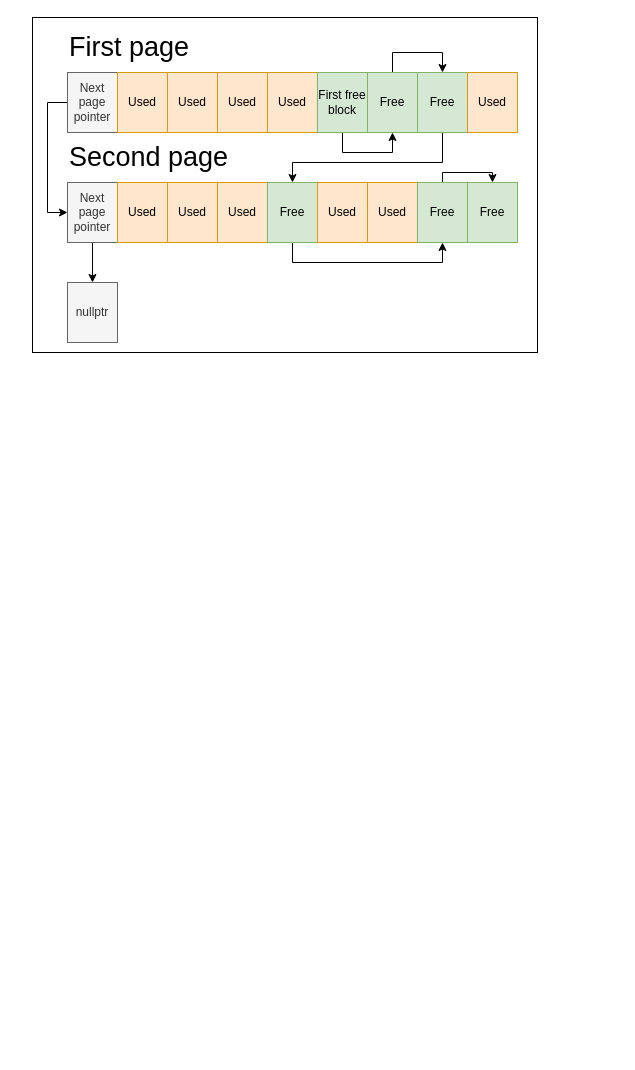
The draw.io diagram assets_source/diagrams/EmergenceMemoryManagement.drawio in KonstantinTomashevich/what-kind-of-developer-are-you.gihub.io, before the edit. Source tidied: cells renumbered, new cells numbered last; positions are measured from the earlier drawing's top-left corner, leaving out a move shared by most shapes. Both pictures are drawn from the tidied source at 100%, with x=0, y=0 at pixel (32, 17).
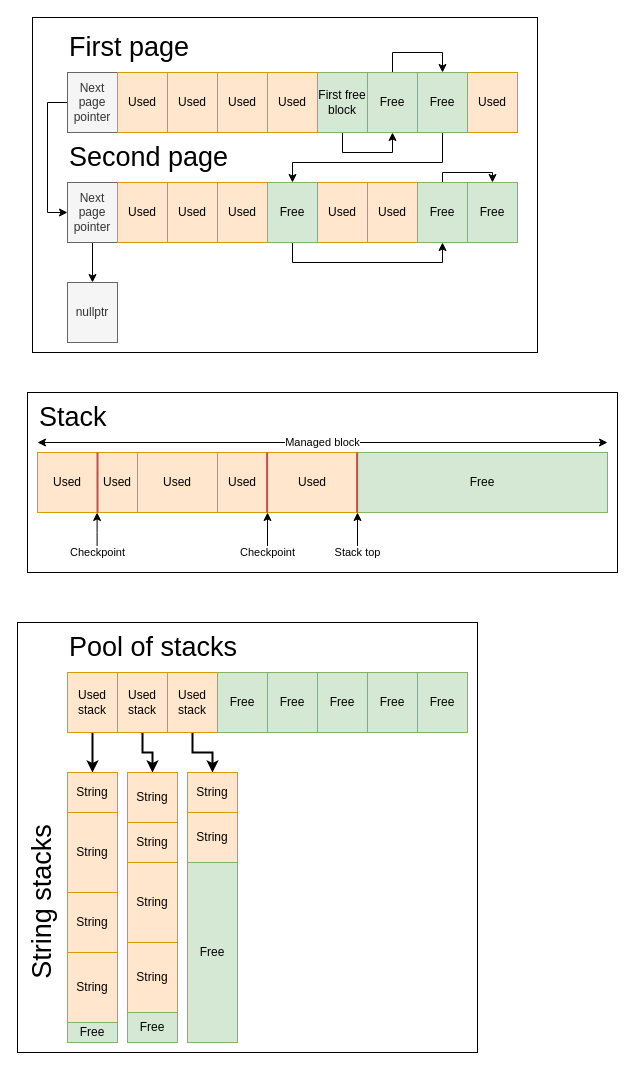
The same diagram, later.

Commit message (it also covers changes not shown here):
EmergenceMemoryManagement: Stack allocator and string interning.

The edit, as a diff of the source:
```diff
@@
+    <mxCell id="31" style="rounded=0;whiteSpace=wrap;html=1;shadow=0;glass=0;labelBackgroundColor=none;labelBorderColor=none;sketch=0;fontSize=24;" parent="1" vertex="1">
+      <mxGeometry x="-15" y="605" width="460" height="430" as="geometry" />
+    </mxCell>
+    <mxCell id="32" style="rounded=0;whiteSpace=wrap;html=1;shadow=0;glass=0;labelBackgroundColor=none;labelBorderColor=none;sketch=0;fontSize=24;" parent="1" vertex="1">
+      <mxGeometry x="-5" y="375" width="590" height="180" as="geometry" />
+    </mxCell>
@@
+    <mxCell id="33" value="Used" style="rounded=0;whiteSpace=wrap;html=1;fillColor=#ffe6cc;strokeColor=#d79b00;" parent="1" vertex="1">
+      <mxGeometry x="5" y="435" width="60" height="60" as="geometry" />
+    </mxCell>
+    <mxCell id="34" value="Stack" style="text;html=1;align=left;verticalAlign=middle;whiteSpace=wrap;rounded=0;glass=0;fontSize=27;" parent="1" vertex="1">
+      <mxGeometry x="5" y="385" width="190" height="30" as="geometry" />
+    </mxCell>
+    <mxCell id="35" value="Used" style="rounded=0;whiteSpace=wrap;html=1;fillColor=#ffe6cc;strokeColor=#d79b00;" parent="1" vertex="1">
+      <mxGeometry x="65" y="435" width="40" height="60" as="geometry" />
+    </mxCell>
+    <mxCell id="36" value="Used" style="rounded=0;whiteSpace=wrap;html=1;fillColor=#ffe6cc;strokeColor=#d79b00;" parent="1" vertex="1">
+      <mxGeometry x="105" y="435" width="80" height="60" as="geometry" />
+    </mxCell>
+    <mxCell id="37" value="Used" style="rounded=0;whiteSpace=wrap;html=1;fillColor=#ffe6cc;strokeColor=#d79b00;" parent="1" vertex="1">
+      <mxGeometry x="185" y="435" width="50" height="60" as="geometry" />
+    </mxCell>
+    <mxCell id="38" value="Used" style="rounded=0;whiteSpace=wrap;html=1;fillColor=#ffe6cc;strokeColor=#d79b00;" parent="1" vertex="1">
+      <mxGeometry x="235" y="435" width="90" height="60" as="geometry" />
+    </mxCell>
+    <mxCell id="39" value="Free" style="rounded=0;whiteSpace=wrap;html=1;fillColor=#d5e8d4;strokeColor=#82b366;" parent="1" vertex="1">
+      <mxGeometry x="325" y="435" width="250" height="60" as="geometry" />
+    </mxCell>
+    <mxCell id="40" value="Managed block" style="endArrow=classic;startArrow=classic;html=1;rounded=0;" parent="1" edge="1">
+      <mxGeometry relative="1" as="geometry">
+        <mxPoint x="5" y="425" as="sourcePoint" />
+        <mxPoint x="575" y="425" as="targetPoint" />
+      </mxGeometry>
+    </mxCell>
+    <mxCell id="41" value="Stack top" style="endArrow=classic;html=1;rounded=0;entryX=1;entryY=1;entryDx=0;entryDy=0;" parent="1" edge="1" target="38">
+      <mxGeometry x="-1" relative="1" as="geometry">
+        <mxPoint x="325" y="535" as="sourcePoint" />
+      </mxGeometry>
+    </mxCell>
+    <mxCell id="42" value="Checkpoint" style="endArrow=classic;html=1;rounded=0;entryX=1;entryY=1;entryDx=0;entryDy=0;" parent="1" edge="1">
+      <mxGeometry x="-1" relative="1" as="geometry">
+        <mxPoint x="64.6" y="535" as="sourcePoint" />
+        <mxPoint x="64.6" y="495" as="targetPoint" />
+        <Array as="points">
+          <mxPoint x="64.6" y="515" />
+        </Array>
+      </mxGeometry>
+    </mxCell>
+    <mxCell id="43" value="Checkpoint" style="endArrow=classic;html=1;rounded=0;entryX=1;entryY=1;entryDx=0;entryDy=0;" parent="1" edge="1" target="37">
+      <mxGeometry x="-1" relative="1" as="geometry">
+        <mxPoint x="235" y="535" as="sourcePoint" />
+      </mxGeometry>
+    </mxCell>
+    <mxCell id="44" style="endArrow=none;html=1;rounded=0;exitX=0;exitY=0;exitDx=0;exitDy=0;entryX=0;entryY=1;entryDx=0;entryDy=0;fillColor=#f8cecc;strokeColor=#b85450;strokeWidth=2;" parent="1" edge="1" source="35" target="35">
+      <mxGeometry relative="1" as="geometry" />
+    </mxCell>
+    <mxCell id="45" style="endArrow=none;html=1;rounded=0;exitX=0;exitY=0;exitDx=0;exitDy=0;entryX=0;entryY=1;entryDx=0;entryDy=0;fillColor=#f8cecc;strokeColor=#b85450;strokeWidth=2;" parent="1" edge="1">
+      <mxGeometry relative="1" as="geometry">
+        <mxPoint x="234.6" y="435" as="sourcePoint" />
+        <mxPoint x="234.6" y="495" as="targetPoint" />
+      </mxGeometry>
+    </mxCell>
+    <mxCell id="46" style="endArrow=none;html=1;rounded=0;exitX=0;exitY=0;exitDx=0;exitDy=0;entryX=0;entryY=1;entryDx=0;entryDy=0;fillColor=#f8cecc;strokeColor=#b85450;strokeWidth=2;" parent="1" edge="1">
+      <mxGeometry relative="1" as="geometry">
+        <mxPoint x="324.6" y="435" as="sourcePoint" />
+        <mxPoint x="324.6" y="495" as="targetPoint" />
+      </mxGeometry>
+    </mxCell>
+    <mxCell id="47" style="edgeStyle=orthogonalEdgeStyle;rounded=0;jettySize=auto;html=1;exitX=0.5;exitY=1;exitDx=0;exitDy=0;entryX=0.5;entryY=0;entryDx=0;entryDy=0;strokeWidth=2;" parent="1" edge="1" source="48" target="59">
+      <mxGeometry relative="1" as="geometry" />
+    </mxCell>
+    <mxCell id="48" value="Used stack" style="rounded=0;whiteSpace=wrap;html=1;glass=0;sketch=0;fillColor=#ffe6cc;strokeColor=#d79b00;" parent="1" vertex="1">
+      <mxGeometry x="35" y="655" width="50" height="60" as="geometry" />
+    </mxCell>
+    <mxCell id="49" style="edgeStyle=orthogonalEdgeStyle;rounded=0;jettySize=auto;html=1;exitX=0.5;exitY=1;exitDx=0;exitDy=0;entryX=0.5;entryY=0;entryDx=0;entryDy=0;strokeWidth=2;" parent="1" edge="1" source="50" target="64">
+      <mxGeometry relative="1" as="geometry" />
+    </mxCell>
+    <mxCell id="50" value="Used stack" style="rounded=0;whiteSpace=wrap;html=1;glass=0;sketch=0;fillColor=#ffe6cc;strokeColor=#d79b00;" parent="1" vertex="1">
+      <mxGeometry x="85" y="655" width="50" height="60" as="geometry" />
+    </mxCell>
+    <mxCell id="51" style="edgeStyle=orthogonalEdgeStyle;rounded=0;jettySize=auto;html=1;exitX=0.5;exitY=1;exitDx=0;exitDy=0;entryX=0.5;entryY=0;entryDx=0;entryDy=0;strokeWidth=2;" parent="1" edge="1" source="52" target="69">
+      <mxGeometry relative="1" as="geometry" />
+    </mxCell>
+    <mxCell id="52" value="Used stack" style="rounded=0;whiteSpace=wrap;html=1;glass=0;sketch=0;fillColor=#ffe6cc;strokeColor=#d79b00;" parent="1" vertex="1">
+      <mxGeometry x="135" y="655" width="50" height="60" as="geometry" />
+    </mxCell>
+    <mxCell id="53" value="Free" style="rounded=0;whiteSpace=wrap;html=1;glass=0;sketch=0;fillColor=#d5e8d4;strokeColor=#82b366;" parent="1" vertex="1">
+      <mxGeometry x="185" y="655" width="50" height="60" as="geometry" />
+    </mxCell>
+    <mxCell id="54" value="Free" style="rounded=0;whiteSpace=wrap;html=1;glass=0;sketch=0;fillColor=#d5e8d4;strokeColor=#82b366;" parent="1" vertex="1">
+      <mxGeometry x="235" y="655" width="50" height="60" as="geometry" />
+    </mxCell>
+    <mxCell id="55" value="Free" style="rounded=0;whiteSpace=wrap;html=1;glass=0;sketch=0;fillColor=#d5e8d4;strokeColor=#82b366;" parent="1" vertex="1">
+      <mxGeometry x="285" y="655" width="50" height="60" as="geometry" />
+    </mxCell>
+    <mxCell id="56" value="Free" style="rounded=0;whiteSpace=wrap;html=1;glass=0;sketch=0;fillColor=#d5e8d4;strokeColor=#82b366;" parent="1" vertex="1">
+      <mxGeometry x="335" y="655" width="50" height="60" as="geometry" />
+    </mxCell>
+    <mxCell id="57" value="Free" style="rounded=0;whiteSpace=wrap;html=1;glass=0;sketch=0;fillColor=#d5e8d4;strokeColor=#82b366;" parent="1" vertex="1">
+      <mxGeometry x="385" y="655" width="50" height="60" as="geometry" />
+    </mxCell>
+    <mxCell id="58" value="Pool of stacks" style="text;html=1;align=left;verticalAlign=middle;whiteSpace=wrap;rounded=0;glass=0;fontSize=27;" parent="1" vertex="1">
+      <mxGeometry x="35" y="615" width="190" height="30" as="geometry" />
+    </mxCell>
+    <mxCell id="59" value="String" style="rounded=0;whiteSpace=wrap;html=1;glass=0;sketch=0;fillColor=#ffe6cc;strokeColor=#d79b00;" parent="1" vertex="1">
+      <mxGeometry x="35" y="755" width="50" height="40" as="geometry" />
+    </mxCell>
+    <mxCell id="60" value="String" style="rounded=0;whiteSpace=wrap;html=1;glass=0;sketch=0;fillColor=#ffe6cc;strokeColor=#d79b00;" parent="1" vertex="1">
+      <mxGeometry x="35" y="795" width="50" height="80" as="geometry" />
+    </mxCell>
+    <mxCell id="61" value="String" style="rounded=0;whiteSpace=wrap;html=1;glass=0;sketch=0;fillColor=#ffe6cc;strokeColor=#d79b00;" parent="1" vertex="1">
+      <mxGeometry x="35" y="875" width="50" height="60" as="geometry" />
+    </mxCell>
+    <mxCell id="62" value="String" style="rounded=0;whiteSpace=wrap;html=1;glass=0;sketch=0;fillColor=#ffe6cc;strokeColor=#d79b00;" parent="1" vertex="1">
+      <mxGeometry x="35" y="935" width="50" height="70" as="geometry" />
+    </mxCell>
+    <mxCell id="63" value="Free" style="rounded=0;whiteSpace=wrap;html=1;glass=0;sketch=0;fillColor=#d5e8d4;strokeColor=#82b366;" parent="1" vertex="1">
+      <mxGeometry x="35" y="1005" width="50" height="20" as="geometry" />
+    </mxCell>
+    <mxCell id="64" value="String" style="rounded=0;whiteSpace=wrap;html=1;glass=0;sketch=0;fillColor=#ffe6cc;strokeColor=#d79b00;" parent="1" vertex="1">
+      <mxGeometry x="95" y="755" width="50" height="50" as="geometry" />
+    </mxCell>
+    <mxCell id="65" value="String" style="rounded=0;whiteSpace=wrap;html=1;glass=0;sketch=0;fillColor=#ffe6cc;strokeColor=#d79b00;" parent="1" vertex="1">
+      <mxGeometry x="95" y="805" width="50" height="40" as="geometry" />
+    </mxCell>
+    <mxCell id="66" value="String" style="rounded=0;whiteSpace=wrap;html=1;glass=0;sketch=0;fillColor=#ffe6cc;strokeColor=#d79b00;" parent="1" vertex="1">
+      <mxGeometry x="95" y="845" width="50" height="80" as="geometry" />
+    </mxCell>
+    <mxCell id="67" value="String" style="rounded=0;whiteSpace=wrap;html=1;glass=0;sketch=0;fillColor=#ffe6cc;strokeColor=#d79b00;" parent="1" vertex="1">
+      <mxGeometry x="95" y="925" width="50" height="70" as="geometry" />
+    </mxCell>
+    <mxCell id="68" value="Free" style="rounded=0;whiteSpace=wrap;html=1;glass=0;sketch=0;fillColor=#d5e8d4;strokeColor=#82b366;" parent="1" vertex="1">
+      <mxGeometry x="95" y="995" width="50" height="30" as="geometry" />
+    </mxCell>
+    <mxCell id="69" value="String" style="rounded=0;whiteSpace=wrap;html=1;glass=0;sketch=0;fillColor=#ffe6cc;strokeColor=#d79b00;" parent="1" vertex="1">
+      <mxGeometry x="155" y="755" width="50" height="40" as="geometry" />
+    </mxCell>
+    <mxCell id="70" value="String" style="rounded=0;whiteSpace=wrap;html=1;glass=0;sketch=0;fillColor=#ffe6cc;strokeColor=#d79b00;" parent="1" vertex="1">
+      <mxGeometry x="155" y="795" width="50" height="50" as="geometry" />
+    </mxCell>
+    <mxCell id="71" value="Free" style="rounded=0;whiteSpace=wrap;html=1;glass=0;sketch=0;fillColor=#d5e8d4;strokeColor=#82b366;" parent="1" vertex="1">
+      <mxGeometry x="155" y="845" width="50" height="180" as="geometry" />
+    </mxCell>
+    <mxCell id="72" value="String stacks" style="text;html=1;align=center;verticalAlign=middle;whiteSpace=wrap;rounded=0;glass=0;fontSize=27;horizontal=0;" parent="1" vertex="1">
+      <mxGeometry x="-5" y="752.5" width="30" height="265" as="geometry" />
+    </mxCell>
```
